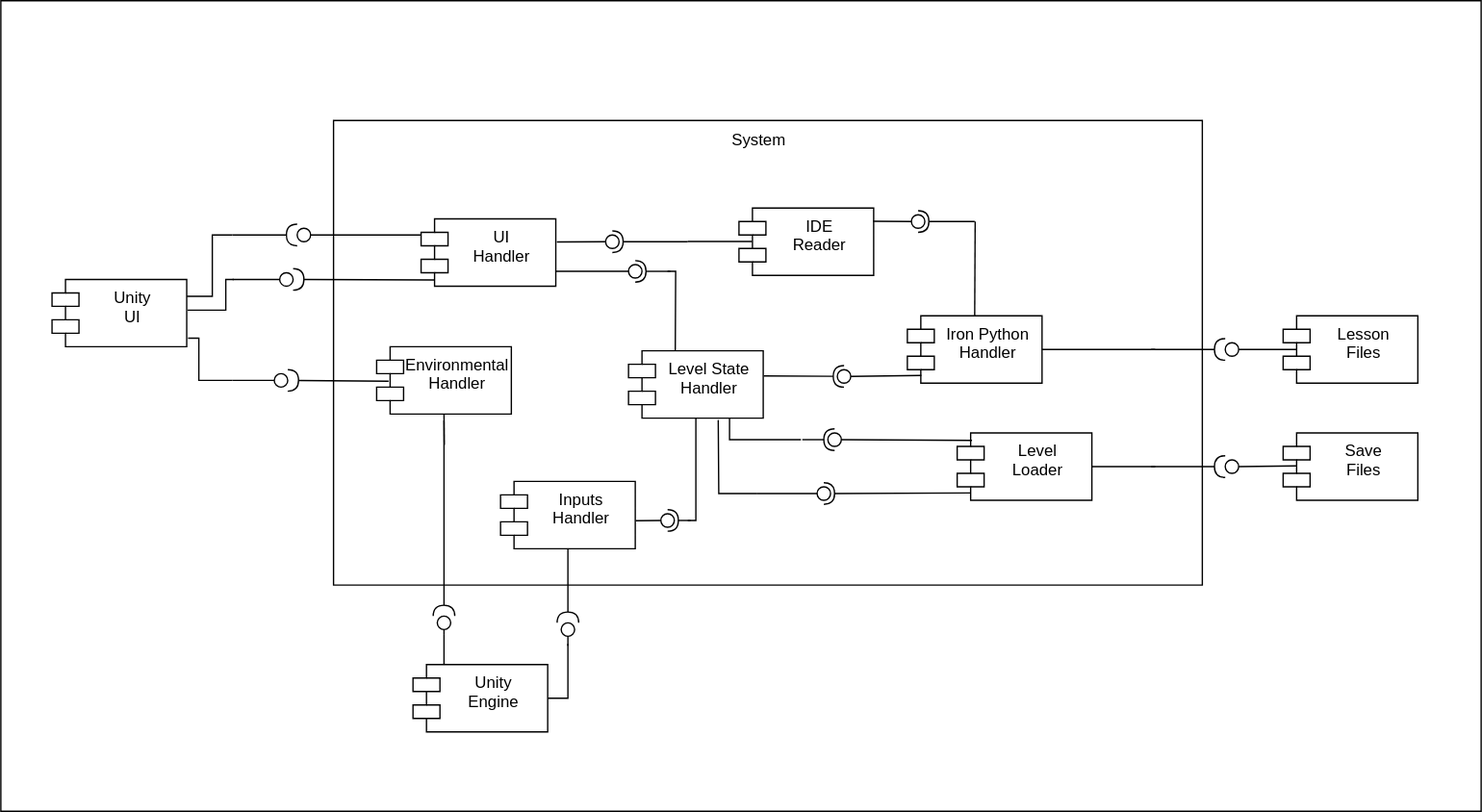
Before: Documentation/Raw Diagrams/Component-Diagram.svg, a diagram exported from draw.io (WSUCptSCapstone-Fall2022Spring2023/psd-gamifiedapp). Source tidied: cells renumbered, new cells last; positions are measured from the earlier drawing's top-left corner, leaving out a move shared by most shapes.
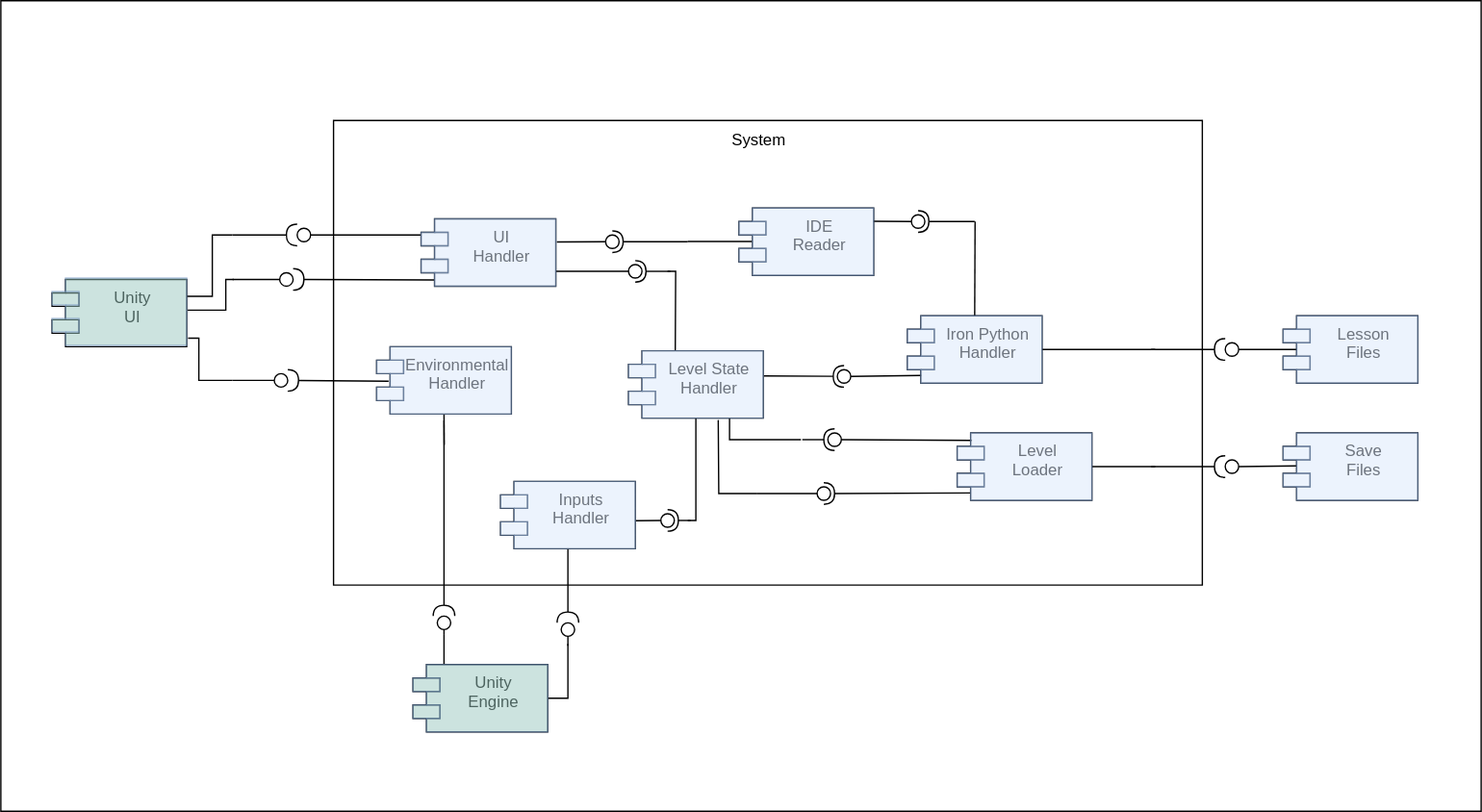
The same file after the commit.

Commit message:
1. Added the outline for the new alpha prototype sections

What changed in the source:
```diff
@@ -306,6 +306,39 @@
     <mxCell id="70" style="ellipse;whiteSpace=wrap;html=1;align=center;points=[];outlineConnect=0;sketch=0;fillColor=none;" parent="1" vertex="1">
       <mxGeometry x="909" y="254" width="10" height="10" as="geometry" />
     </mxCell>
+    <mxCell id="72" style="shape=module;align=left;spacingLeft=20;align=center;verticalAlign=top;fillColor=#9AC7BF;strokeColor=#6c8ebf;gradientColor=none;labelBackgroundColor=#D4E1F5;fontColor=none;noLabel=1;opacity=50;" parent="1" vertex="1">
+      <mxGeometry x="38" y="206" width="100" height="50" as="geometry" />
+    </mxCell>
+    <mxCell id="73" style="shape=module;align=left;spacingLeft=20;align=center;verticalAlign=top;fillColor=#9AC7BF;strokeColor=#6c8ebf;gradientColor=none;labelBackgroundColor=#D4E1F5;fontColor=none;noLabel=1;opacity=50;" parent="1" vertex="1">
+      <mxGeometry x="306" y="493" width="100" height="50" as="geometry" />
+    </mxCell>
+    <mxCell id="74" style="shape=module;align=left;spacingLeft=20;align=center;verticalAlign=top;fillColor=#dae8fc;strokeColor=#6c8ebf;gradientColor=none;labelBackgroundColor=#D4E1F5;fontColor=none;noLabel=1;opacity=50;" parent="1" vertex="1">
+      <mxGeometry x="371" y="357" width="100" height="50" as="geometry" />
+    </mxCell>
+    <mxCell id="75" style="shape=module;align=left;spacingLeft=20;align=center;verticalAlign=top;fillColor=#dae8fc;strokeColor=#6c8ebf;gradientColor=none;labelBackgroundColor=#D4E1F5;fontColor=none;noLabel=1;opacity=50;" parent="1" vertex="1">
+      <mxGeometry x="673" y="234" width="100" height="50" as="geometry" />
+    </mxCell>
+    <mxCell id="76" style="shape=module;align=left;spacingLeft=20;align=center;verticalAlign=top;fillColor=#dae8fc;strokeColor=#6c8ebf;gradientColor=none;labelBackgroundColor=#D4E1F5;fontColor=none;noLabel=1;opacity=50;" parent="1" vertex="1">
+      <mxGeometry x="548" y="154" width="100" height="50" as="geometry" />
+    </mxCell>
+    <mxCell id="77" style="shape=module;align=left;spacingLeft=20;align=center;verticalAlign=top;fillColor=#dae8fc;strokeColor=#6c8ebf;gradientColor=none;labelBackgroundColor=#D4E1F5;fontColor=none;noLabel=1;opacity=50;" parent="1" vertex="1">
+      <mxGeometry x="279" y="257" width="100" height="50" as="geometry" />
+    </mxCell>
+    <mxCell id="78" style="shape=module;align=left;spacingLeft=20;align=center;verticalAlign=top;fillColor=#dae8fc;strokeColor=#6c8ebf;gradientColor=none;labelBackgroundColor=#D4E1F5;fontColor=none;noLabel=1;opacity=50;" parent="1" vertex="1">
+      <mxGeometry x="312" y="162" width="100" height="50" as="geometry" />
+    </mxCell>
+    <mxCell id="79" style="shape=module;align=left;spacingLeft=20;align=center;verticalAlign=top;fillColor=#dae8fc;strokeColor=#6c8ebf;gradientColor=none;labelBackgroundColor=#D4E1F5;fontColor=none;noLabel=1;opacity=50;" parent="1" vertex="1">
+      <mxGeometry x="952" y="321" width="100" height="50" as="geometry" />
+    </mxCell>
+    <mxCell id="80" style="shape=module;align=left;spacingLeft=20;align=center;verticalAlign=top;fillColor=#dae8fc;strokeColor=#6c8ebf;gradientColor=none;labelBackgroundColor=#D4E1F5;fontColor=none;noLabel=1;opacity=50;" parent="1" vertex="1">
+      <mxGeometry x="952" y="234" width="100" height="50" as="geometry" />
+    </mxCell>
+    <mxCell id="81" style="shape=module;align=left;spacingLeft=20;align=center;verticalAlign=top;fillColor=#dae8fc;strokeColor=#6c8ebf;gradientColor=none;labelBackgroundColor=#D4E1F5;fontColor=none;noLabel=1;opacity=50;" parent="1" vertex="1">
+      <mxGeometry x="710" y="321" width="100" height="50" as="geometry" />
+    </mxCell>
+    <mxCell id="82" style="shape=module;align=left;spacingLeft=20;align=center;verticalAlign=top;fillColor=#dae8fc;strokeColor=#6c8ebf;gradientColor=none;labelBackgroundColor=#D4E1F5;fontColor=none;noLabel=1;opacity=50;" parent="1" vertex="1">
+      <mxGeometry x="466" y="260" width="100" height="50" as="geometry" />
+    </mxCell>
     <mxCell id="71" style="verticalLabelPosition=bottom;verticalAlign=top;html=1;shape=mxgraph.basic.rect;fillColor2=none;strokeWidth=1;size=20;indent=5;fillColor=none;" parent="1" vertex="1">
       <mxGeometry width="1099" height="602" as="geometry" />
     </mxCell>
```
